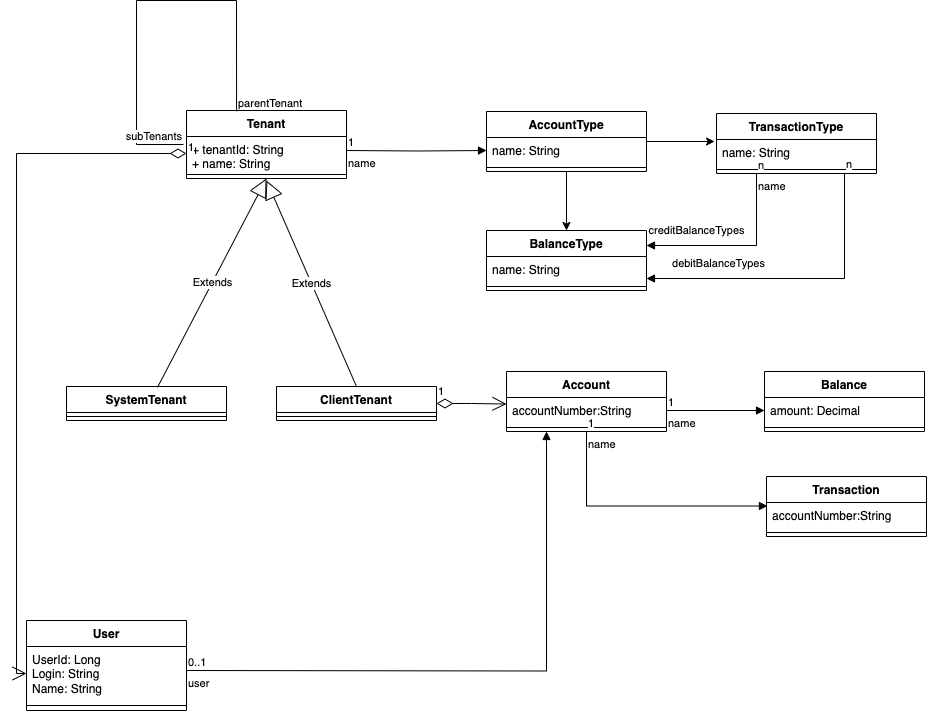
Above: TransactR-Domain model.png in FreeSideNomad/Architecture (draw.io), before the change. Source tidied: cells renumbered, new cells last; positions are measured from the earlier drawing's top-left corner, leaving out a move shared by most shapes.
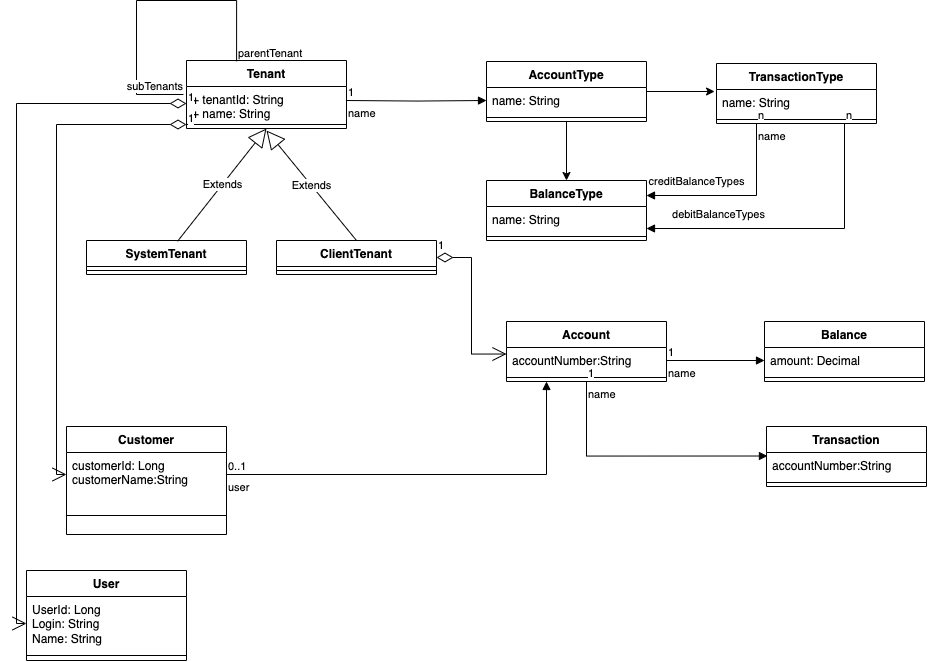
After the commit.

Change to the diagram source:
```diff
@@ -14,9 +14,8 @@
     <mxCell id="5" style="endArrow=none;html=1;edgeStyle=orthogonalEdgeStyle;rounded=0;exitX=0.313;exitY=0.012;exitDx=0;exitDy=0;entryX=-0.019;entryY=0.235;entryDx=0;entryDy=0;entryPerimeter=0;exitPerimeter=0;" parent="2" edge="1" source="2" target="3">
       <mxGeometry relative="1" as="geometry">
         <Array as="points">
-          <mxPoint x="50" y="-2" />
-          <mxPoint x="50" y="-110" />
-          <mxPoint x="-50" y="-110" />
+          <mxPoint x="50" y="-60" />
+          <mxPoint x="-50" y="-60" />
           <mxPoint x="-50" y="34" />
         </Array>
       </mxGeometry>
@@ -28,7 +27,7 @@
       <mxGeometry x="1" relative="1" as="geometry" />
     </mxCell>
     <mxCell id="8" value="SystemTenant" style="swimlane;fontStyle=1;align=center;verticalAlign=top;horizontal=1;startSize=26;whiteSpace=wrap;html=1;" parent="1" vertex="1">
-      <mxGeometry x="40" y="386" width="160" height="34" as="geometry" />
+      <mxGeometry x="60" y="290" width="160" height="34" as="geometry" />
     </mxCell>
     <mxCell id="9" style="line;strokeWidth=1;fillColor=none;align=left;verticalAlign=middle;spacingTop=-1;spacingLeft=3;spacingRight=3;labelPosition=right;strokeColor=inherit;" parent="8" vertex="1">
       <mxGeometry y="26" width="160" height="8" as="geometry" />
@@ -37,7 +36,7 @@
       <mxGeometry relative="1" as="geometry" />
     </mxCell>
     <mxCell id="11" value="ClientTenant" style="swimlane;fontStyle=1;align=center;verticalAlign=top;horizontal=1;startSize=26;whiteSpace=wrap;html=1;" parent="1" vertex="1">
-      <mxGeometry x="250" y="386" width="160" height="34" as="geometry" />
+      <mxGeometry x="250" y="290" width="160" height="34" as="geometry" />
     </mxCell>
     <mxCell id="12" style="line;strokeWidth=1;fillColor=none;align=left;verticalAlign=middle;spacingTop=-1;spacingLeft=3;spacingRight=3;labelPosition=right;strokeColor=inherit;" parent="11" vertex="1">
       <mxGeometry y="26" width="160" height="8" as="geometry" />
@@ -164,13 +163,23 @@
     <mxCell id="50" value="1" style="edgeLabel;html=1;align=left;verticalAlign=bottom;" parent="49" vertex="1">
       <mxGeometry x="-1" relative="1" as="geometry" />
     </mxCell>
-    <mxCell id="51" value="user" style="endArrow=block;endFill=1;html=1;edgeStyle=orthogonalEdgeStyle;align=left;verticalAlign=top;rounded=0;entryX=0.25;entryY=1;entryDx=0;entryDy=0;" parent="1" edge="1" target="18">
-      <mxGeometry x="-1" relative="1" as="geometry">
-        <mxPoint x="160" y="670" as="sourcePoint" />
-      </mxGeometry>
+    <mxCell id="51" value="user" style="endArrow=block;endFill=1;html=1;edgeStyle=orthogonalEdgeStyle;align=left;verticalAlign=top;rounded=0;entryX=0.25;entryY=1;entryDx=0;entryDy=0;exitX=1;exitY=0.5;exitDx=0;exitDy=0;" parent="1" edge="1" source="54" target="18">
+      <mxGeometry x="-1" relative="1" as="geometry" />
     </mxCell>
     <mxCell id="52" value="0..1" style="edgeLabel;html=1;align=left;verticalAlign=bottom;" parent="51" vertex="1">
       <mxGeometry x="-1" relative="1" as="geometry" />
     </mxCell>
+    <mxCell id="53" value="Customer" style="swimlane;fontStyle=1;align=center;verticalAlign=top;horizontal=1;startSize=26;whiteSpace=wrap;html=1;" parent="1" vertex="1">
+      <mxGeometry x="40" y="476" width="160" height="108" as="geometry" />
+    </mxCell>
+    <mxCell id="54" value="customerId: Long&lt;br&gt;customerName:String" style="text;strokeColor=none;fillColor=none;align=left;verticalAlign=top;spacingLeft=4;spacingRight=4;overflow=hidden;points=[[0,0.5],[1,0.5]];portConstraint=eastwest;whiteSpace=wrap;html=1;" parent="53" vertex="1">
+      <mxGeometry y="26" width="160" height="44" as="geometry" />
+    </mxCell>
+    <mxCell id="55" style="line;strokeWidth=1;fillColor=none;align=left;verticalAlign=middle;spacingTop=-1;spacingLeft=3;spacingRight=3;labelPosition=right;strokeColor=inherit;" parent="53" vertex="1">
+      <mxGeometry y="70" width="160" height="38" as="geometry" />
+    </mxCell>
+    <mxCell id="56" value="1" style="endArrow=open;html=1;endSize=12;startArrow=diamondThin;startSize=14;startFill=0;edgeStyle=orthogonalEdgeStyle;align=left;verticalAlign=bottom;rounded=0;entryX=0;entryY=0.5;entryDx=0;entryDy=0;" parent="1" edge="1" source="4" target="54">
+      <mxGeometry x="-1" y="3" relative="1" as="geometry" />
+    </mxCell>
   </root>
 </mxGraphModel>
```
